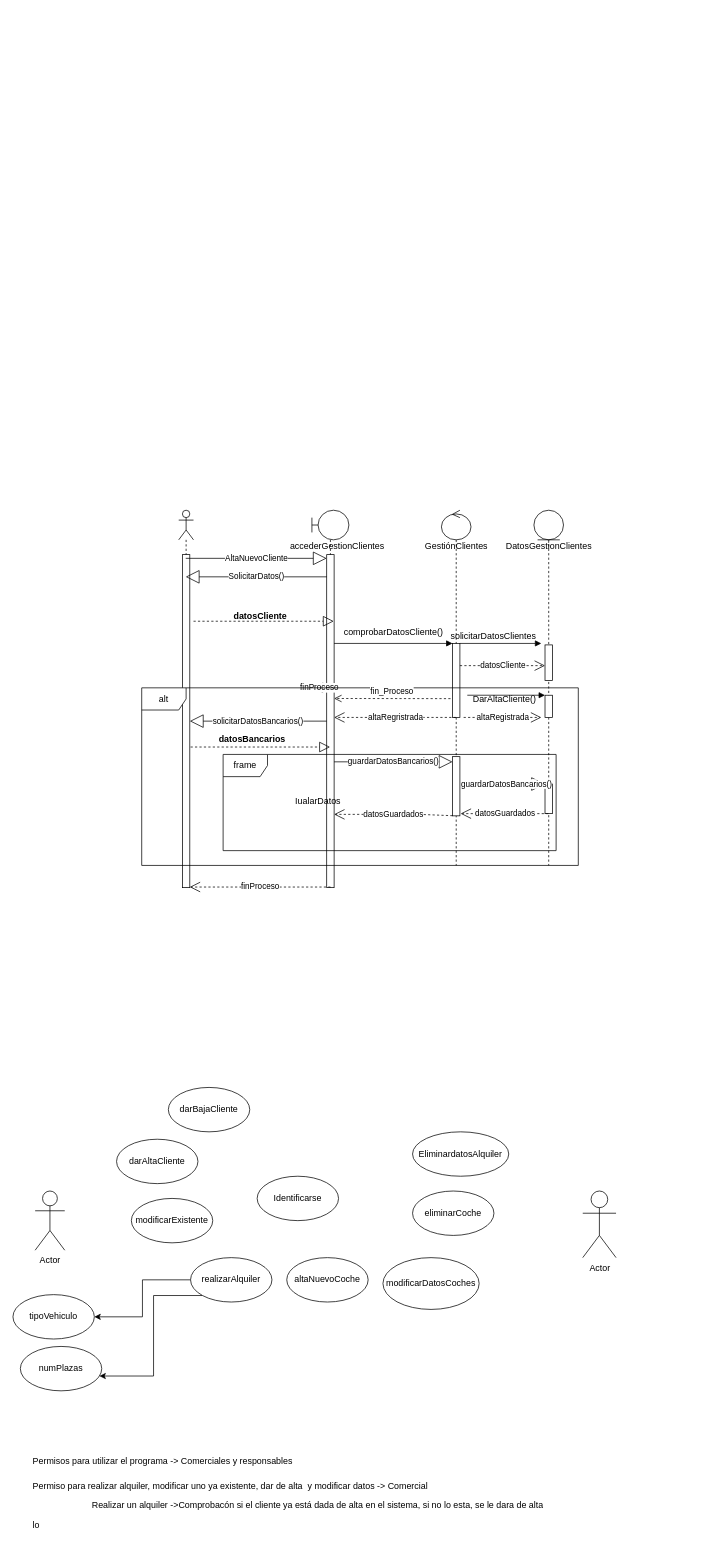
Above: EE_DD/Diagrama_de_secuencia.drawio in FelixRN/DAW25 (draw.io), before the change. Source tidied: cells renumbered, new cells numbered last; positions are measured from the earlier drawing's top-left corner, leaving out a move shared by most shapes. Both pictures are drawn from the tidied source at 74%, with x=0, y=0 at pixel (13, 510).
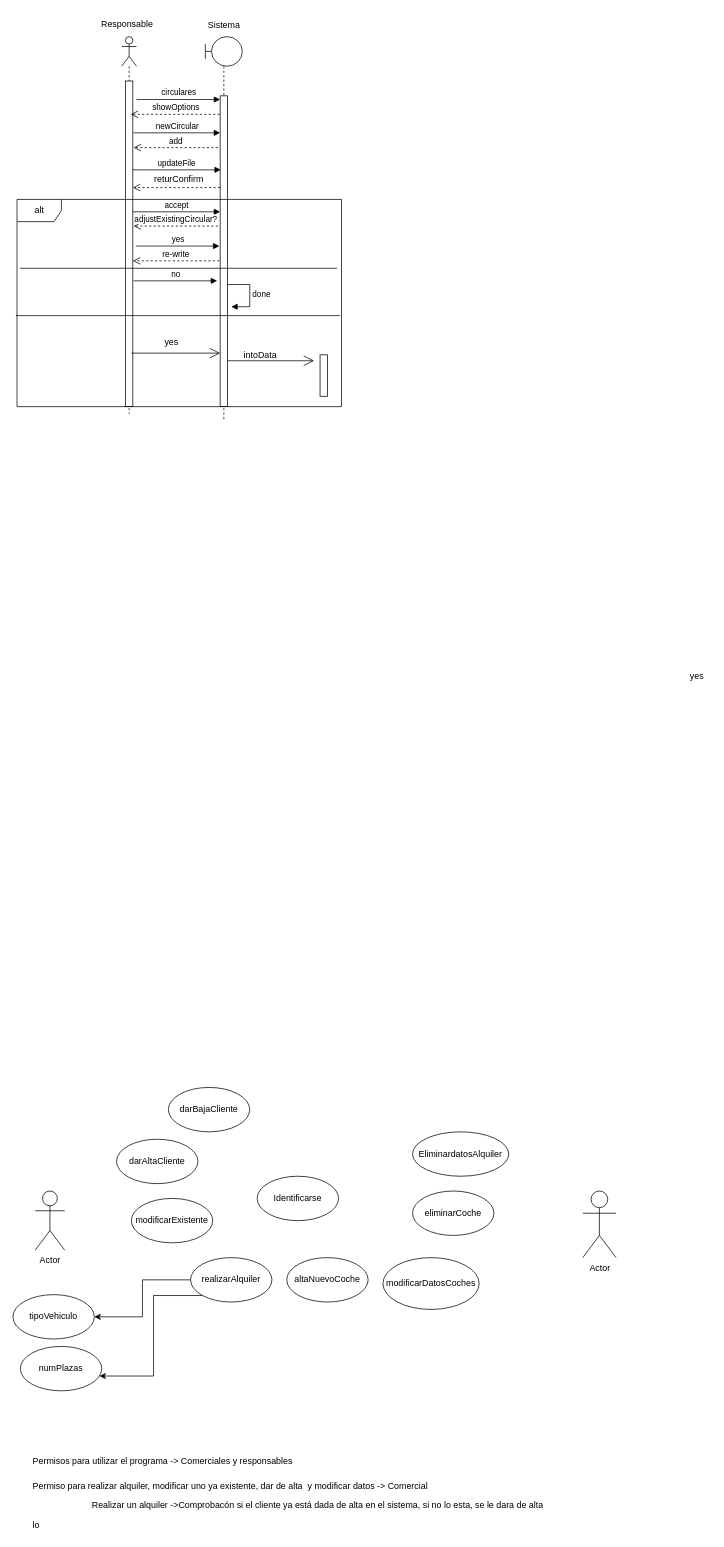
After the change.

What changed in the source:
```diff
@@
     <mxCell id="18" style="shape=umlLifeline;perimeter=lifelinePerimeter;whiteSpace=wrap;html=1;outlineConnect=0;portConstraint=eastwest;newEdgeStyle={&quot;curved&quot;:0,&quot;rounded&quot;:0};participant=umlActor;" parent="1" vertex="1">
-      <mxGeometry x="224" width="20" height="510" as="geometry" />
+      <mxGeometry x="147" y="-640" width="20" height="510" as="geometry" />
     </mxCell>
     <mxCell id="19" style="html=1;points=[[0,0,0,0,5],[0,1,0,0,-5],[1,0,0,0,5],[1,1,0,0,-5]];perimeter=orthogonalPerimeter;outlineConnect=0;targetShapes=umlLifeline;portConstraint=eastwest;newEdgeStyle={&quot;curved&quot;:0,&quot;rounded&quot;:0};" parent="18" vertex="1">
-      <mxGeometry x="5" y="60" width="10" height="450" as="geometry" />
+      <mxGeometry x="5" y="60" width="10" height="440" as="geometry" />
     </mxCell>
     <mxCell id="20" style="shape=umlLifeline;perimeter=lifelinePerimeter;whiteSpace=wrap;html=1;outlineConnect=0;portConstraint=eastwest;newEdgeStyle={&quot;curved&quot;:0,&quot;rounded&quot;:0};participant=umlBoundary;" parent="1" vertex="1">
-      <mxGeometry x="404" width="50" height="510" as="geometry" />
+      <mxGeometry x="260" y="-640" width="50" height="520" as="geometry" />
     </mxCell>
-    <mxCell id="21" style="html=1;points=[[0,0,0,0,5],[0,1,0,0,-5],[1,0,0,0,5],[1,1,0,0,-5]];perimeter=orthogonalPerimeter;outlineConnect=0;targetShapes=umlLifeline;portConstraint=eastwest;newEdgeStyle={&quot;curved&quot;:0,&quot;rounded&quot;:0};" parent="20" vertex="1">
-      <mxGeometry x="20" y="60" width="10" height="450" as="geometry" />
-    </mxCell>
-    <mxCell id="22" value="AltaNuevoCliente" style="endArrow=block;endSize=16;endFill=0;html=1;rounded=0;entryX=0;entryY=0;entryDx=0;entryDy=5;entryPerimeter=0;" parent="1" edge="1" source="18" target="21">
-      <mxGeometry relative="1" as="geometry" />
-    </mxCell>
-    <mxCell id="23" value="SolicitarDatos()" style="endArrow=block;endSize=16;endFill=0;html=1;rounded=0;" parent="1" edge="1" target="18">
-      <mxGeometry relative="1" as="geometry">
-        <mxPoint x="424.2" y="90" as="sourcePoint" />
-      </mxGeometry>
-    </mxCell>
-    <mxCell id="24" style="endArrow=block;dashed=1;endFill=0;endSize=12;html=1;rounded=0;" parent="1" edge="1">
-      <mxGeometry relative="1" as="geometry">
-        <mxPoint x="244" y="150" as="sourcePoint" />
-        <mxPoint x="433.5" y="150" as="targetPoint" />
-      </mxGeometry>
-    </mxCell>
-    <mxCell id="25" value="datosCliente" style="text;align=center;fontStyle=1;verticalAlign=middle;spacingLeft=3;spacingRight=3;strokeColor=none;html=1;" parent="1" vertex="1">
-      <mxGeometry x="294" y="130" width="80" height="26" as="geometry" />
-    </mxCell>
-    <mxCell id="26" style="shape=umlLifeline;perimeter=lifelinePerimeter;whiteSpace=wrap;html=1;newEdgeStyle={&quot;curved&quot;:0,&quot;rounded&quot;:0};participant=umlControl;" parent="1" vertex="1">
-      <mxGeometry x="579" width="40" height="480" as="geometry" />
-    </mxCell>
-    <mxCell id="27" style="html=1;perimeter=orthogonalPerimeter;targetShapes=umlLifeline;newEdgeStyle={&quot;curved&quot;:0,&quot;rounded&quot;:0};" parent="26" vertex="1">
-      <mxGeometry x="15" y="180" width="10" height="100" as="geometry" />
-    </mxCell>
-    <mxCell id="28" style="html=1;perimeter=orthogonalPerimeter;targetShapes=umlLifeline;newEdgeStyle={&quot;curved&quot;:0,&quot;rounded&quot;:0};" parent="26" vertex="1">
-      <mxGeometry x="15" y="333" width="10" height="80" as="geometry" />
-    </mxCell>
-    <mxCell id="29" value="GestiónClientes" style="text;html=1;align=center;verticalAlign=middle;strokeColor=none;fillColor=none;" parent="1" vertex="1">
-      <mxGeometry x="544" y="34" width="110" height="30" as="geometry" />
-    </mxCell>
+    <mxCell id="58" style="html=1;points=[[0,0,0,0,5],[0,1,0,0,-5],[1,0,0,0,5],[1,1,0,0,-5]];perimeter=orthogonalPerimeter;outlineConnect=0;targetShapes=umlLifeline;portConstraint=eastwest;newEdgeStyle={&quot;curved&quot;:0,&quot;rounded&quot;:0};" parent="20" vertex="1">
+      <mxGeometry x="20" y="80" width="10" height="420" as="geometry" />
+    </mxCell>
-    <mxCell id="30" value="accederGestionClientes" style="text;html=1;align=center;verticalAlign=middle;strokeColor=none;fillColor=none;" parent="1" vertex="1">
-      <mxGeometry x="363" y="34" width="150" height="30" as="geometry" />
+    <mxCell id="30" value="Sistema" style="text;html=1;align=center;verticalAlign=middle;strokeColor=none;fillColor=none;" parent="1" vertex="1">
+      <mxGeometry x="250" y="-670" width="70" height="30" as="geometry" />
     </mxCell>
-    <mxCell id="31" style="endArrow=block;endFill=1;html=1;edgeStyle=orthogonalEdgeStyle;align=left;verticalAlign=top;rounded=0;" parent="1" edge="1">
-      <mxGeometry x="-1" relative="1" as="geometry">
-        <mxPoint x="434" y="180" as="sourcePoint" />
-        <mxPoint x="594" y="180" as="targetPoint" />
-      </mxGeometry>
-    </mxCell>
-    <mxCell id="32" value="comprobarDatosCliente()" style="text;html=1;align=center;verticalAlign=middle;strokeColor=none;fillColor=none;" parent="1" vertex="1">
-      <mxGeometry x="434" y="150" width="160" height="30" as="geometry" />
-    </mxCell>
-    <mxCell id="33" style="shape=umlLifeline;perimeter=lifelinePerimeter;whiteSpace=wrap;html=1;outlineConnect=0;portConstraint=eastwest;newEdgeStyle={&quot;curved&quot;:0,&quot;rounded&quot;:0};participant=umlEntity;" parent="1" vertex="1">
-      <mxGeometry x="704" width="40" height="480" as="geometry" />
-    </mxCell>
-    <mxCell id="34" style="html=1;points=[[0,0,0,0,5],[0,1,0,0,-5],[1,0,0,0,5],[1,1,0,0,-5]];perimeter=orthogonalPerimeter;outlineConnect=0;targetShapes=umlLifeline;portConstraint=eastwest;newEdgeStyle={&quot;curved&quot;:0,&quot;rounded&quot;:0};" parent="33" vertex="1">
-      <mxGeometry x="15" y="182" width="10" height="48" as="geometry" />
-    </mxCell>
-    <mxCell id="35" style="html=1;perimeter=orthogonalPerimeter;targetShapes=umlLifeline;newEdgeStyle={&quot;curved&quot;:0,&quot;rounded&quot;:0};" parent="33" vertex="1">
-      <mxGeometry x="15" y="250" width="10" height="30" as="geometry" />
-    </mxCell>
-    <mxCell id="36" style="html=1;perimeter=orthogonalPerimeter;targetShapes=umlLifeline;newEdgeStyle={&quot;curved&quot;:0,&quot;rounded&quot;:0};" parent="33" vertex="1">
-      <mxGeometry x="15" y="370" width="10" height="40" as="geometry" />
-    </mxCell>
-    <mxCell id="37" style="endArrow=block;endFill=1;html=1;edgeStyle=orthogonalEdgeStyle;align=left;verticalAlign=top;rounded=0;" parent="1" edge="1">
-      <mxGeometry x="-1" relative="1" as="geometry">
-        <mxPoint x="604" y="180" as="sourcePoint" />
-        <mxPoint x="714" y="180" as="targetPoint" />
-      </mxGeometry>
-    </mxCell>
-    <mxCell id="38" value="solicitarDatosClientes" style="text;html=1;align=center;verticalAlign=middle;strokeColor=none;fillColor=none;" parent="1" vertex="1">
-      <mxGeometry x="579" y="156" width="140" height="30" as="geometry" />
-    </mxCell>
-    <mxCell id="39" value="DatosGestionClientes" style="text;html=1;align=center;verticalAlign=middle;strokeColor=none;fillColor=none;" parent="1" vertex="1">
-      <mxGeometry x="654" y="34" width="140" height="30" as="geometry" />
-    </mxCell>
-    <mxCell id="40" value="datosCliente" style="endArrow=open;endSize=12;dashed=1;html=1;rounded=0;" parent="1" edge="1" target="34">
-      <mxGeometry relative="1" as="geometry">
-        <mxPoint x="604" y="210" as="sourcePoint" />
-        <Array as="points">
-          <mxPoint x="684" y="210" />
-        </Array>
-      </mxGeometry>
-    </mxCell>
-    <mxCell id="41" value="DarAltaCliente()" style="text;html=1;align=center;verticalAlign=middle;strokeColor=none;fillColor=none;" parent="1" vertex="1">
-      <mxGeometry x="609" y="240" width="110" height="30" as="geometry" />
-    </mxCell>
-    <mxCell id="42" value="altaRegistrada" style="endArrow=open;endSize=12;dashed=1;html=1;rounded=0;" parent="1" edge="1">
-      <mxGeometry relative="1" as="geometry">
-        <mxPoint x="609" y="280" as="sourcePoint" />
-        <mxPoint x="714" y="280" as="targetPoint" />
-        <Array as="points">
-          <mxPoint x="689" y="280" />
-        </Array>
-      </mxGeometry>
-    </mxCell>
-    <mxCell id="43" style="endArrow=block;endFill=1;html=1;edgeStyle=orthogonalEdgeStyle;align=left;verticalAlign=top;rounded=0;" parent="1" edge="1">
-      <mxGeometry x="-1" relative="1" as="geometry">
-        <mxPoint x="614" y="250" as="sourcePoint" />
-        <mxPoint x="719" y="250" as="targetPoint" />
-      </mxGeometry>
-    </mxCell>
-    <mxCell id="44" value="solicitarDatosBancarios()" style="endArrow=block;endSize=16;endFill=0;html=1;rounded=0;" parent="1" edge="1" source="21" target="19">
-      <mxGeometry relative="1" as="geometry" />
-    </mxCell>
-    <mxCell id="45" style="endArrow=block;dashed=1;endFill=0;endSize=12;html=1;rounded=0;" parent="1" edge="1" target="20">
-      <mxGeometry relative="1" as="geometry">
-        <mxPoint x="240" y="320" as="sourcePoint" />
-      </mxGeometry>
-    </mxCell>
-    <mxCell id="46" value="datosBancarios" style="text;align=center;fontStyle=1;verticalAlign=middle;spacingLeft=3;spacingRight=3;strokeColor=none;html=1;" parent="1" vertex="1">
-      <mxGeometry x="283" y="297" width="80" height="26" as="geometry" />
-    </mxCell>
-    <mxCell id="47" value="guardarDatosBancarios()" style="endArrow=block;endSize=16;endFill=0;html=1;rounded=0;" parent="1" edge="1">
-      <mxGeometry relative="1" as="geometry">
-        <mxPoint x="434" y="340" as="sourcePoint" />
-        <mxPoint x="594" y="340" as="targetPoint" />
-      </mxGeometry>
-    </mxCell>
-    <mxCell id="48" value="altaRegristrada" style="endArrow=open;endSize=12;dashed=1;html=1;rounded=0;" parent="1" edge="1">
-      <mxGeometry relative="1" as="geometry">
-        <mxPoint x="598.5" y="280" as="sourcePoint" />
-        <mxPoint x="434" y="280" as="targetPoint" />
-      </mxGeometry>
-    </mxCell>
-    <mxCell id="49" value="datosGuardados" style="endArrow=open;endSize=12;dashed=1;html=1;rounded=0;exitX=0;exitY=0;exitDx=0;exitDy=5;exitPerimeter=0;" parent="1" edge="1">
-      <mxGeometry relative="1" as="geometry">
-        <mxPoint x="594" y="412.8" as="sourcePoint" />
-        <mxPoint x="434" y="411" as="targetPoint" />
-        <Array as="points">
-          <mxPoint x="549" y="411" />
-        </Array>
-      </mxGeometry>
-    </mxCell>
-    <mxCell id="50" value="guardarDatosBancarios()" style="endArrow=block;endSize=16;endFill=0;html=1;rounded=0;" parent="1" edge="1">
-      <mxGeometry relative="1" as="geometry">
-        <mxPoint x="614" y="370" as="sourcePoint" />
-        <mxPoint x="719" y="370" as="targetPoint" />
-      </mxGeometry>
-    </mxCell>
-    <mxCell id="51" value="datosGuardados" style="endArrow=open;endSize=12;dashed=1;html=1;rounded=0;" parent="1" edge="1" source="33">
-      <mxGeometry relative="1" as="geometry">
-        <mxPoint x="605" y="410" as="targetPoint" />
-      </mxGeometry>
-    </mxCell>
-    <mxCell id="52" value="finProceso" style="endArrow=open;endSize=12;dashed=1;html=1;rounded=0;" parent="1" edge="1" source="21" target="53">
-      <mxGeometry relative="1" as="geometry" />
-    </mxCell>
+    <mxCell id="59" value="Responsable" style="text;html=1;align=center;verticalAlign=middle;strokeColor=none;fillColor=none;" parent="1" vertex="1">
+      <mxGeometry x="109" y="-672" width="90" height="30" as="geometry" />
+    </mxCell>
+    <mxCell id="60" value="circulares" style="html=1;verticalAlign=bottom;endArrow=block;curved=0;rounded=0;entryX=0;entryY=0;entryDx=0;entryDy=5;" parent="1" edge="1" target="58">
+      <mxGeometry relative="1" as="geometry">
+        <mxPoint x="167" y="-555" as="sourcePoint" />
+      </mxGeometry>
+    </mxCell>
+    <mxCell id="61" value="showOptions" style="html=1;verticalAlign=bottom;endArrow=open;dashed=1;endSize=8;curved=0;rounded=0;" parent="1" edge="1">
+      <mxGeometry relative="1" as="geometry">
+        <mxPoint x="279.5" y="-535" as="sourcePoint" />
+        <mxPoint x="159" y="-535" as="targetPoint" />
+      </mxGeometry>
+    </mxCell>
+    <mxCell id="62" value="newCircular" style="html=1;verticalAlign=bottom;endArrow=block;curved=0;rounded=0;" parent="1" edge="1" target="58">
+      <mxGeometry relative="1" as="geometry">
+        <mxPoint x="163" y="-510" as="sourcePoint" />
+      </mxGeometry>
+    </mxCell>
+    <mxCell id="63" value="add" style="html=1;verticalAlign=bottom;endArrow=open;dashed=1;endSize=8;curved=0;rounded=0;" parent="1" edge="1">
+      <mxGeometry relative="1" as="geometry">
+        <mxPoint x="277" y="-490" as="sourcePoint" />
+        <mxPoint x="163" y="-490" as="targetPoint" />
+      </mxGeometry>
+    </mxCell>
+    <mxCell id="64" value="updateFile" style="html=1;verticalAlign=bottom;endArrow=block;curved=0;rounded=0;entryX=0;entryY=0;entryDx=0;entryDy=5;" parent="1" edge="1">
+      <mxGeometry relative="1" as="geometry">
+        <mxPoint x="162.3" y="-460" as="sourcePoint" />
+        <mxPoint x="281" y="-460" as="targetPoint" />
+      </mxGeometry>
+    </mxCell>
+    <mxCell id="65" style="html=1;verticalAlign=bottom;endArrow=open;dashed=1;endSize=8;curved=0;rounded=0;" parent="1" edge="1" source="58">
+      <mxGeometry relative="1" as="geometry">
+        <mxPoint x="162" y="-436" as="targetPoint" />
+      </mxGeometry>
+    </mxCell>
+    <mxCell id="66" value="returConfirm" style="text;html=1;align=center;verticalAlign=middle;strokeColor=none;fillColor=none;" parent="1" vertex="1">
+      <mxGeometry x="179" y="-462" width="90" height="30" as="geometry" />
+    </mxCell>
     <mxCell id="53" value="alt" style="shape=umlFrame;whiteSpace=wrap;html=1;" parent="1" vertex="1">
-      <mxGeometry x="174" y="240" width="590" height="240" as="geometry" />
+      <mxGeometry x="5.5" y="-420" width="438.5" height="280" as="geometry" />
     </mxCell>
-    <mxCell id="54" value="finProceso" style="endArrow=open;endSize=12;dashed=1;html=1;rounded=0;exitX=0;exitY=0.778;exitDx=0;exitDy=0;exitPerimeter=0;" parent="1" edge="1">
-      <mxGeometry relative="1" as="geometry">
-        <mxPoint x="429.1" y="509.2" as="sourcePoint" />
-        <mxPoint x="238.9" y="509.2" as="targetPoint" />
-      </mxGeometry>
-    </mxCell>
-    <mxCell id="55" value="fin_Proceso" style="html=1;verticalAlign=bottom;endArrow=open;dashed=1;endSize=8;curved=0;rounded=0;entryX=1;entryY=0.432;entryDx=0;entryDy=0;entryPerimeter=0;" parent="1" edge="1" target="21">
-      <mxGeometry relative="1" as="geometry">
-        <mxPoint x="591.3" y="254.6" as="sourcePoint" />
-      </mxGeometry>
-    </mxCell>
-    <mxCell id="56" value="frame" style="shape=umlFrame;whiteSpace=wrap;html=1;" parent="1" vertex="1">
-      <mxGeometry x="284" y="330" width="450" height="130" as="geometry" />
-    </mxCell>
-    <mxCell id="57" value="IualarDatos" style="text;html=1;align=center;verticalAlign=middle;strokeColor=none;fillColor=none;" parent="1" vertex="1">
-      <mxGeometry x="372" y="378" width="80" height="30" as="geometry" />
-    </mxCell>
+    <mxCell id="67" value="accept" style="html=1;verticalAlign=bottom;endArrow=block;curved=0;rounded=0;" parent="1" edge="1" target="58">
+      <mxGeometry relative="1" as="geometry">
+        <mxPoint x="162" y="-403.3" as="sourcePoint" />
+      </mxGeometry>
+    </mxCell>
+    <mxCell id="68" value="adjustExistingCircular?" style="html=1;verticalAlign=bottom;endArrow=open;dashed=1;endSize=8;curved=0;rounded=0;" parent="1" edge="1">
+      <mxGeometry relative="1" as="geometry">
+        <mxPoint x="277" y="-384" as="sourcePoint" />
+        <mxPoint x="163" y="-384" as="targetPoint" />
+      </mxGeometry>
+    </mxCell>
+    <mxCell id="69" value="yes" style="html=1;verticalAlign=bottom;endArrow=block;curved=0;rounded=0;entryX=0;entryY=0;entryDx=0;entryDy=5;" parent="1" edge="1">
+      <mxGeometry relative="1" as="geometry">
+        <mxPoint x="166" y="-357" as="sourcePoint" />
+        <mxPoint x="279" y="-357" as="targetPoint" />
+      </mxGeometry>
+    </mxCell>
+    <mxCell id="70" value="re-write" style="html=1;verticalAlign=bottom;endArrow=open;dashed=1;endSize=8;curved=0;rounded=0;exitX=0;exitY=1;exitDx=0;exitDy=-5;" parent="1" edge="1" target="19">
+      <mxGeometry relative="1" as="geometry">
+        <mxPoint x="279" y="-337" as="sourcePoint" />
+      </mxGeometry>
+    </mxCell>
+    <mxCell id="71" value="no" style="html=1;verticalAlign=bottom;endArrow=block;curved=0;rounded=0;entryX=0;entryY=0;entryDx=0;entryDy=5;" parent="1" edge="1">
+      <mxGeometry relative="1" as="geometry">
+        <mxPoint x="163" y="-310" as="sourcePoint" />
+        <mxPoint x="276" y="-310" as="targetPoint" />
+      </mxGeometry>
+    </mxCell>
+    <mxCell id="72" value="done" style="html=1;align=left;spacingLeft=2;endArrow=block;rounded=0;edgeStyle=orthogonalEdgeStyle;curved=0;rounded=0;" parent="1" edge="1">
+      <mxGeometry relative="1" as="geometry">
+        <mxPoint x="290" y="-305" as="sourcePoint" />
+        <mxPoint x="295" y="-275" as="targetPoint" />
+        <Array as="points">
+          <mxPoint x="320" y="-275" />
+        </Array>
+      </mxGeometry>
+    </mxCell>
+    <mxCell id="73" style="line;strokeWidth=1;fillColor=none;align=left;verticalAlign=middle;spacingTop=-1;spacingLeft=3;spacingRight=3;labelPosition=right;strokeColor=inherit;" parent="1" vertex="1">
+      <mxGeometry x="9.5" y="-331" width="428.5" height="8" as="geometry" />
+    </mxCell>
+    <mxCell id="74" style="endArrow=open;endFill=1;endSize=12;html=1;rounded=0;" parent="1" edge="1">
+      <mxGeometry relative="1" as="geometry">
+        <mxPoint x="160" y="-212.3" as="sourcePoint" />
+        <mxPoint x="280" y="-212.3" as="targetPoint" />
+      </mxGeometry>
+    </mxCell>
+    <mxCell id="75" style="endArrow=open;endFill=1;endSize=12;html=1;rounded=0;" parent="1" edge="1">
+      <mxGeometry relative="1" as="geometry">
+        <mxPoint x="290" y="-202" as="sourcePoint" />
+        <mxPoint x="407" y="-202" as="targetPoint" />
+      </mxGeometry>
+    </mxCell>
+    <mxCell id="76" value="intoData" style="text;html=1;align=center;verticalAlign=middle;strokeColor=none;fillColor=none;" parent="1" vertex="1">
+      <mxGeometry x="299" y="-224" width="70" height="30" as="geometry" />
+    </mxCell>
+    <mxCell id="77" value="yes" style="text;html=1;align=center;verticalAlign=middle;strokeColor=none;fillColor=none;" parent="1" vertex="1">
+      <mxGeometry x="904" y="210" width="40" height="30" as="geometry" />
+    </mxCell>
+    <mxCell id="78" style="line;strokeWidth=1;fillColor=none;align=left;verticalAlign=middle;spacingTop=-1;spacingLeft=3;spacingRight=3;labelPosition=right;strokeColor=inherit;" parent="1" vertex="1">
+      <mxGeometry x="4" y="-267" width="438" height="8" as="geometry" />
+    </mxCell>
+    <mxCell id="79" value="yes" style="text;html=1;align=center;verticalAlign=middle;strokeColor=none;fillColor=none;" parent="1" vertex="1">
+      <mxGeometry x="194" y="-242" width="40" height="30" as="geometry" />
+    </mxCell>
+    <mxCell id="80" style="html=1;perimeter=orthogonalPerimeter;targetShapes=umlLifeline;newEdgeStyle={&quot;curved&quot;:0,&quot;rounded&quot;:0};" parent="1" vertex="1">
+      <mxGeometry x="415" y="-210" width="10" height="56" as="geometry" />
+    </mxCell>
```
